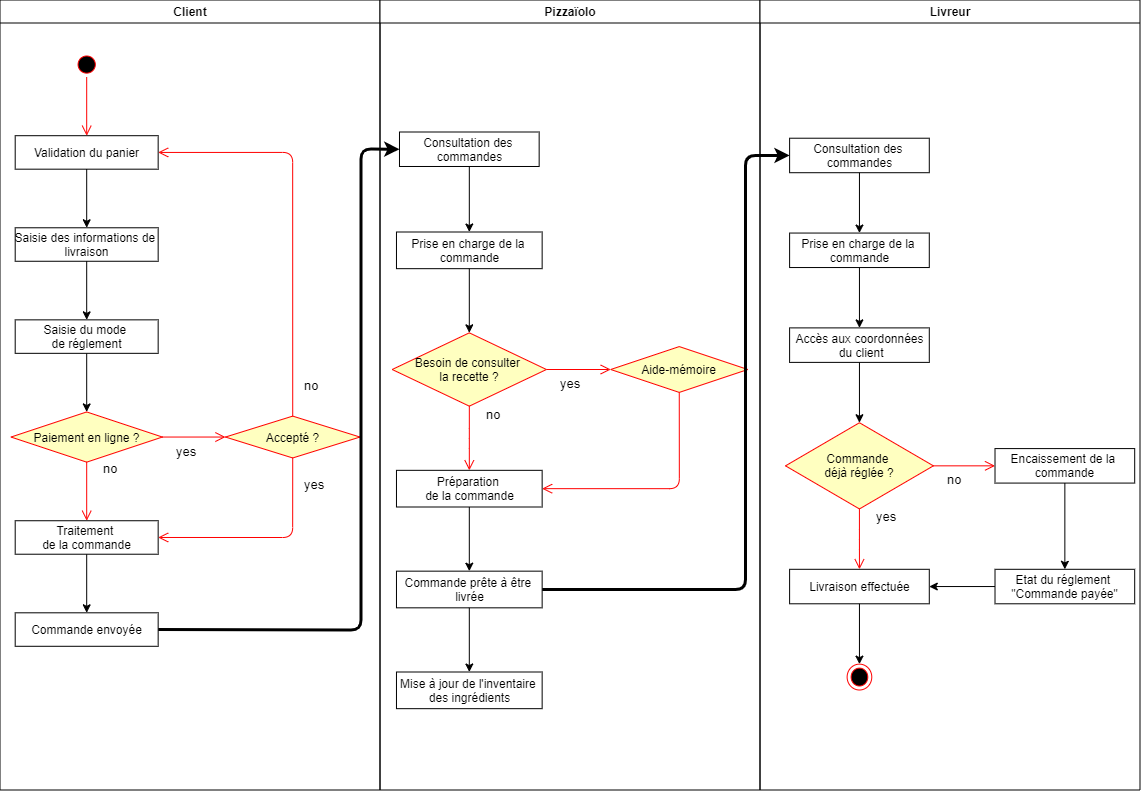
The draw.io diagram Diag_CycleVie/Diag_CycleVie.png in Eidocode/OC_Project4, before a commit. Source tidied: cells renumbered, new cells last; positions are measured from the earlier drawing's top-left corner, leaving out a move shared by most shapes.
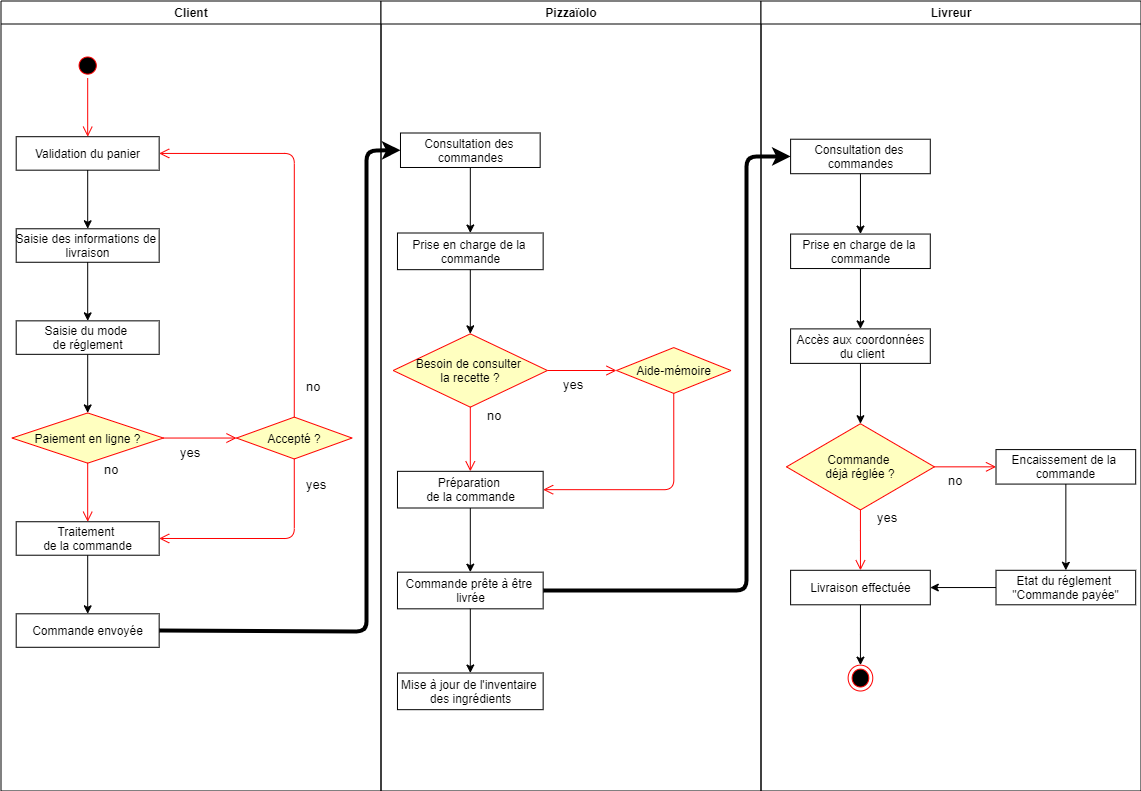
After the change.

What changed in the source:
```diff
@@ -50,7 +50,7 @@
       </mxGeometry>
     </mxCell>
     <mxCell id="17" value="Accepté ?" style="rhombus;whiteSpace=wrap;html=1;fillColor=#ffffc0;strokeColor=#ff0000;" parent="3" vertex="1">
-      <mxGeometry x="214.4" y="364.1" width="134.6" height="41.9" as="geometry" />
+      <mxGeometry x="224.5" y="364.1" width="115.5" height="41.9" as="geometry" />
     </mxCell>
     <mxCell id="18" value="&lt;font style=&quot;font-size: 13px&quot;&gt;no&lt;/font&gt;" style="edgeStyle=orthogonalEdgeStyle;html=1;align=left;verticalAlign=bottom;endArrow=open;endSize=8;strokeColor=#ff0000;strokeWidth=1;exitX=0.5;exitY=0;exitDx=0;exitDy=0;entryX=1;entryY=0.5;entryDx=0;entryDy=0;" parent="3" edge="1" source="17" target="6">
       <mxGeometry x="-0.89" y="-10" relative="1" as="geometry">
@@ -94,14 +94,10 @@
       <mxGeometry relative="1" as="geometry" />
     </mxCell>
     <mxCell id="29" value="Aide-mémoire" style="rhombus;whiteSpace=wrap;html=1;fillColor=#ffffc0;strokeColor=#ff0000;" parent="21" vertex="1">
-      <mxGeometry x="230.7" y="346.6" width="137.1" height="45.8" as="geometry" />
+      <mxGeometry x="235.5" y="346.6" width="114.5" height="45.8" as="geometry" />
     </mxCell>
     <mxCell id="30" style="edgeStyle=orthogonalEdgeStyle;html=1;align=left;verticalAlign=top;endArrow=open;endSize=8;strokeColor=#ff0000;exitX=0.5;exitY=1;exitDx=0;exitDy=0;entryX=1;entryY=0.5;entryDx=0;entryDy=0;" parent="21" edge="1" source="29" target="31">
-      <mxGeometry x="-0.89" y="10" relative="1" as="geometry">
-        <Array as="points">
-          <mxPoint x="299.3" y="488.7" />
-        </Array>
-      </mxGeometry>
+      <mxGeometry x="-0.89" y="10" relative="1" as="geometry" />
     </mxCell>
     <mxCell id="31" value="Préparation &lt;br&gt;de la commande" style="html=1;" parent="21" vertex="1">
       <mxGeometry x="16.5" y="470.3" width="145.7" height="36.7" as="geometry" />
@@ -176,15 +172,15 @@
     <mxCell id="53" style="endArrow=classic;html=1;fontSize=12;exitX=0;exitY=0.5;exitDx=0;exitDy=0;entryX=1;entryY=0.5;entryDx=0;entryDy=0;" parent="37" edge="1" source="51" target="45">
       <mxGeometry relative="1" as="geometry" />
     </mxCell>
-    <mxCell id="54" style="endArrow=classic;html=1;exitX=1;exitY=0.5;exitDx=0;exitDy=0;entryX=0;entryY=0.5;entryDx=0;entryDy=0;strokeWidth=3;" parent="1" edge="1" source="11" target="34">
+    <mxCell id="54" style="endArrow=classic;html=1;exitX=1;exitY=0.5;exitDx=0;exitDy=0;entryX=0;entryY=0.5;entryDx=0;entryDy=0;strokeWidth=4;" parent="1" edge="1" source="11" target="34">
       <mxGeometry relative="1" as="geometry">
         <Array as="points">
-          <mxPoint x="361.5" y="629.5" />
-          <mxPoint x="361.5" y="148.5" />
+          <mxPoint x="366" y="630" />
+          <mxPoint x="366" y="149" />
         </Array>
       </mxGeometry>
     </mxCell>
-    <mxCell id="55" style="endArrow=classic;html=1;exitX=1;exitY=0.5;exitDx=0;exitDy=0;entryX=0;entryY=0.5;entryDx=0;entryDy=0;strokeWidth=3;" parent="1" edge="1" source="26" target="38">
+    <mxCell id="55" style="endArrow=classic;html=1;exitX=1;exitY=0.5;exitDx=0;exitDy=0;entryX=0;entryY=0.5;entryDx=0;entryDy=0;strokeWidth=4;" parent="1" edge="1" source="26" target="38">
       <mxGeometry relative="1" as="geometry">
         <Array as="points">
           <mxPoint x="746" y="589" />
```
